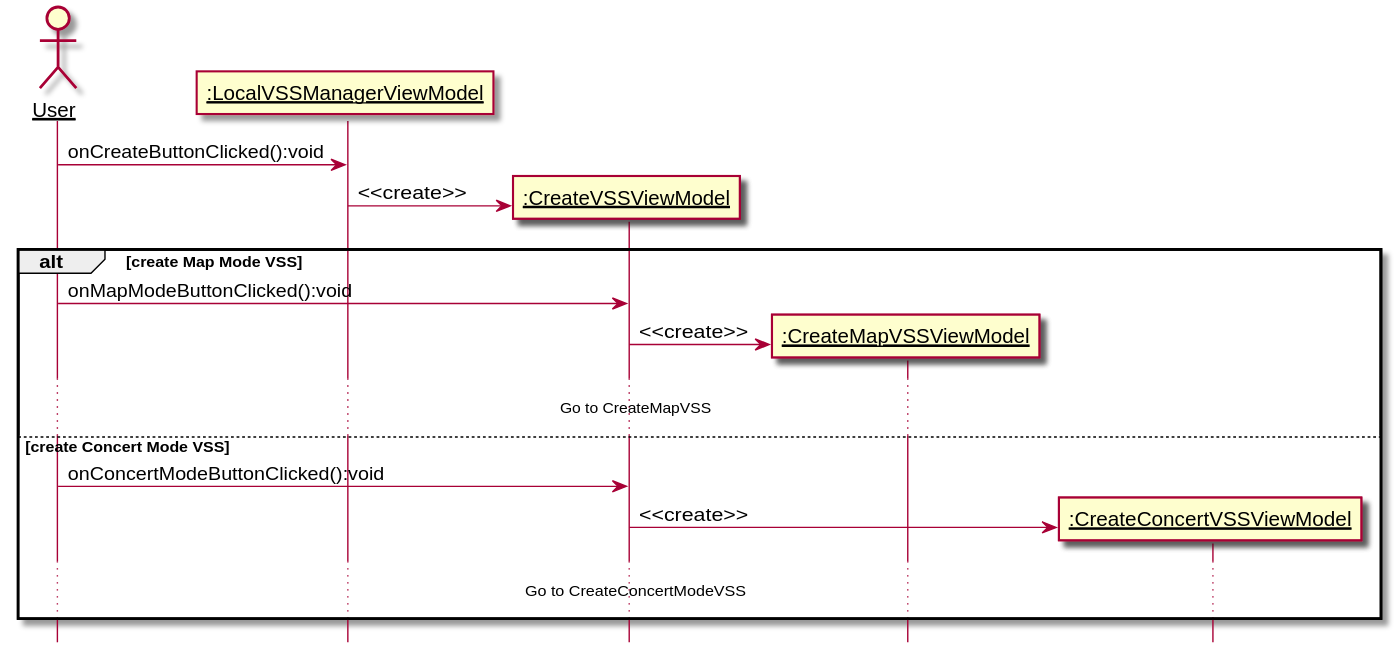
Before: 设计/Diagrams/CreateVSS.svg, a diagram exported from PlantUML (kpp19920121/doc).
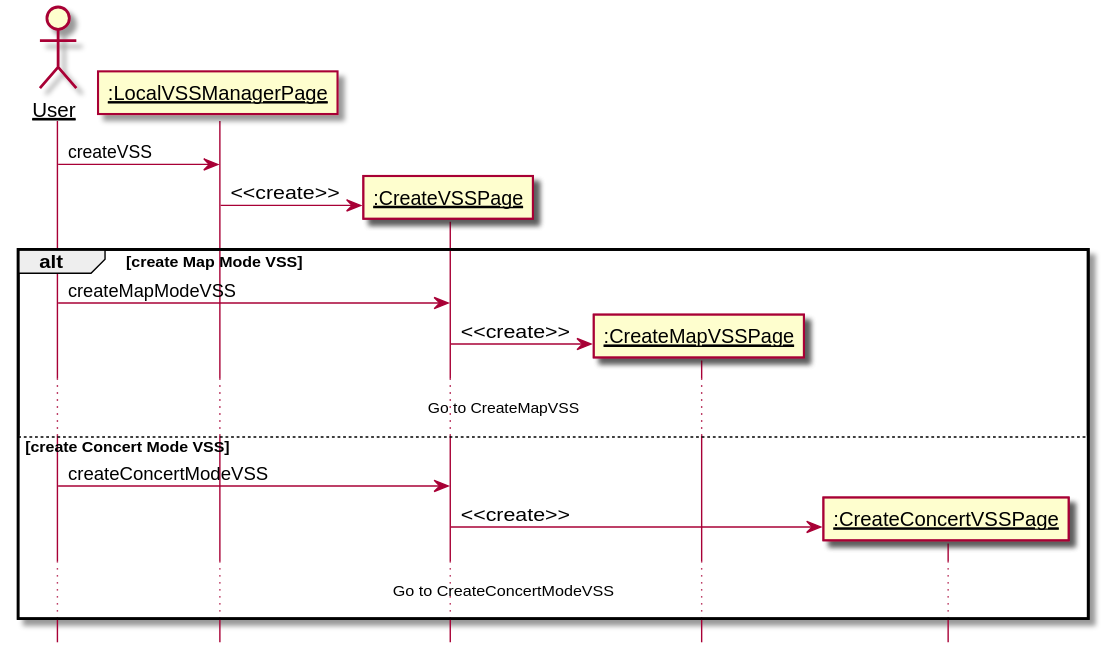
After the change.

Change to the diagram source:
```diff
@@ -3,21 +3,21 @@
 skinparam sequenceParticipant underline
 
 actor User as user
-participant ":LocalVSSManagerViewModel" as manage
-participant ":CreateVSSViewModel" as page
-participant ":CreateMapVSSViewModel" as map
-participant ":CreateConcertVSSViewModel" as concert
+participant ":LocalVSSManagerPage" as manage
+participant ":CreateVSSPage" as page
+participant ":CreateMapVSSPage" as map
+participant ":CreateConcertVSSPage" as concert
 
-user -> manage: onCreateButtonClicked():void
+user -> manage: createVSS
 create page
 manage -> page: <<create>>
 alt create Map Mode VSS
-    user -> page: onMapModeButtonClicked():void
+    user -> page: createMapModeVSS
     create map
     page -> map: <<create>>
     ...Go to CreateMapVSS...
 else create Concert Mode VSS
-    user -> page: onConcertModeButtonClicked():void
+    user -> page: createConcertModeVSS
     create concert
     page -> concert: <<create>>
     ...Go to CreateConcertModeVSS...
```
